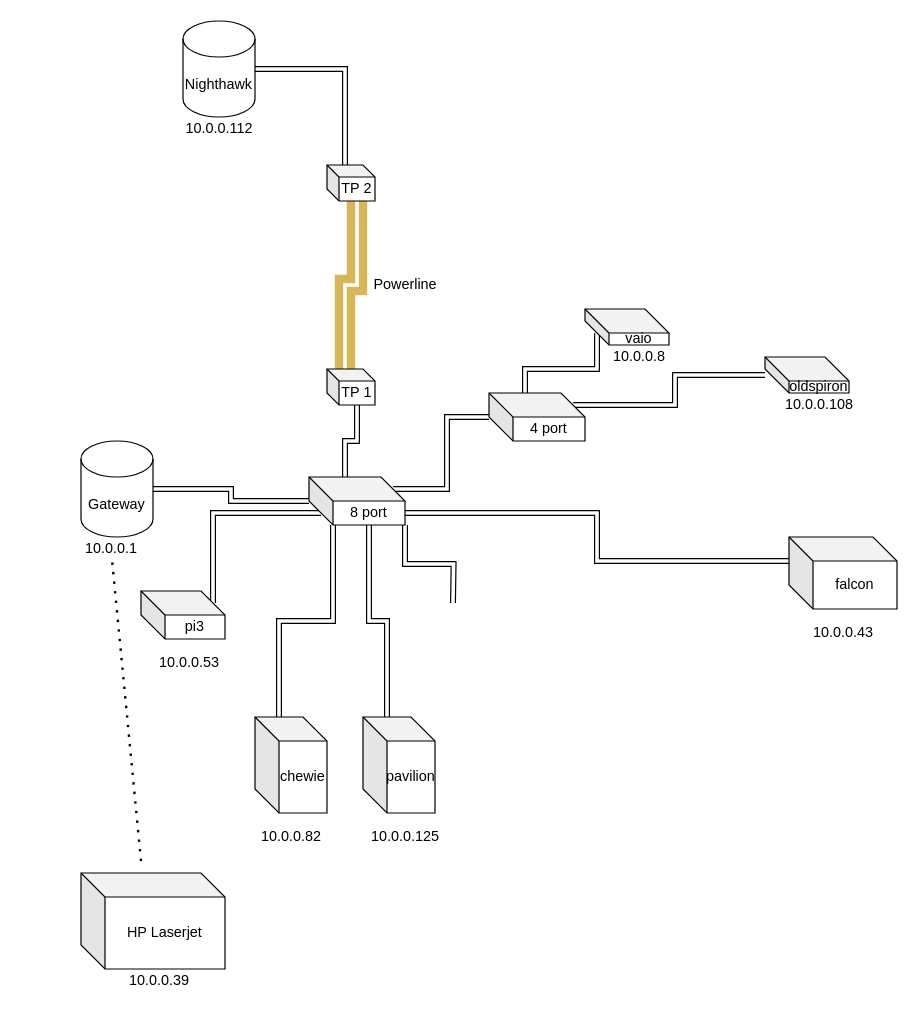
Earlier version of the draw.io diagram Home-Network.drawio (SomethingGeneric/SomethingGeneric). Source tidied: cells renumbered, new cells numbered last; positions are measured from the earlier drawing's top-left corner, leaving out a move shared by most shapes. Both pictures are drawn from the tidied source at 120%, with x=0, y=0 at pixel (74, 20).
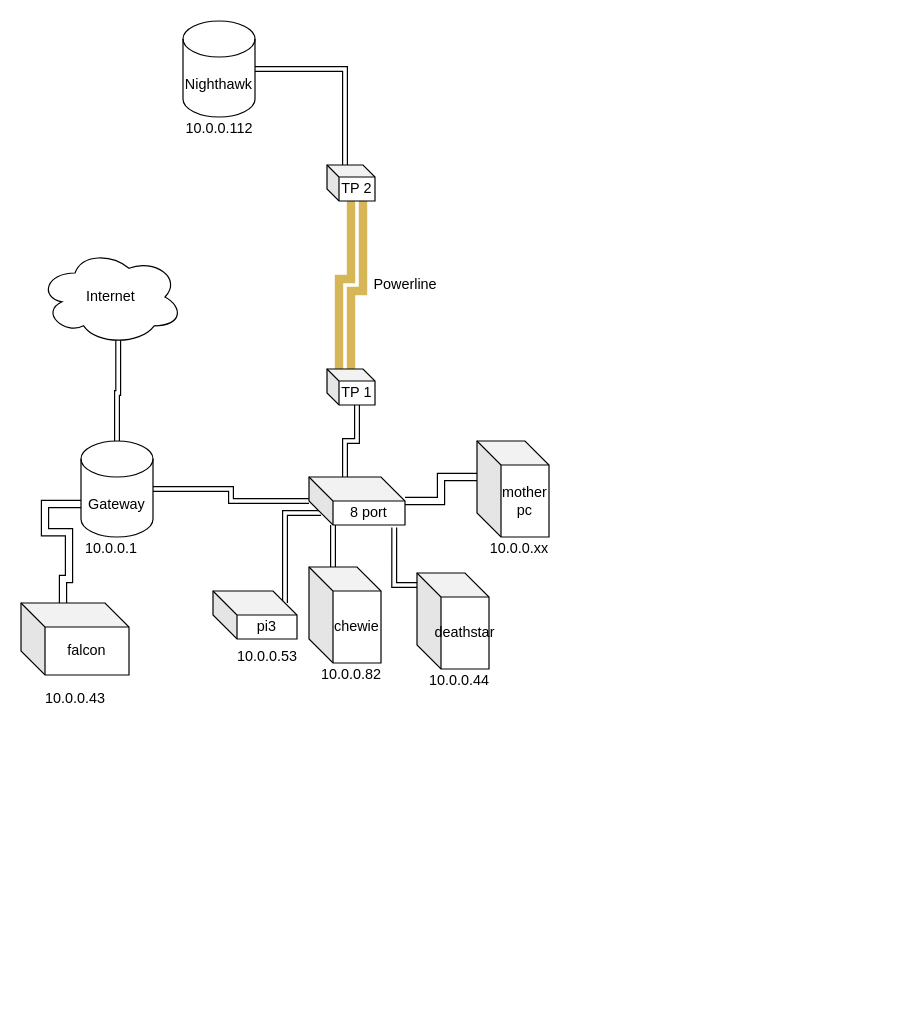
After the change.

Unchanged cells that the change refers to:
```xml
<mxCell id="3" value="Gateway" style="shape=cylinder3;whiteSpace=wrap;html=1;boundedLbl=1;backgroundOutline=1;size=15;" parent="1" vertex="1">
  <mxGeometry x="5" y="350" width="60" height="80" as="geometry" />
</mxCell>
<mxCell id="11" value="8 port" style="shape=cube;whiteSpace=wrap;html=1;boundedLbl=1;backgroundOutline=1;darkOpacity=0.05;darkOpacity2=0.1;" parent="1" vertex="1">
  <mxGeometry x="195" y="380" width="80" height="40" as="geometry" />
</mxCell>
<mxCell id="24" value="10.0.0.1" style="text;html=1;align=center;verticalAlign=middle;points=[];fillColor=none;strokeColor=none;rounded=0;" parent="1" vertex="1">
  <mxGeometry y="430" width="60" height="20" as="geometry" />
</mxCell>
```

The edit, as a diff of the source:
```diff
@@
-    <mxCell id="5" style="edgeStyle=orthogonalEdgeStyle;shape=link;rounded=0;jettySize=auto;html=1;exitX=0;exitY=0;exitDx=80;exitDy=30;exitPerimeter=0;entryX=0;entryY=0;entryDx=0;entryDy=20;entryPerimeter=0;" parent="1" edge="1" source="11" target="12">
-      <mxGeometry relative="1" as="geometry" />
-    </mxCell>
-    <mxCell id="6" style="edgeStyle=orthogonalEdgeStyle;shape=link;rounded=0;jettySize=auto;html=1;exitX=1;exitY=1;exitDx=0;exitDy=0;exitPerimeter=0;entryX=0;entryY=0;entryDx=0;entryDy=10;entryPerimeter=0;" parent="1" edge="1" source="11">
-      <mxGeometry relative="1" as="geometry">
-        <mxPoint x="315" y="485" as="targetPoint" />
-      </mxGeometry>
-    </mxCell>
-    <mxCell id="7" style="edgeStyle=orthogonalEdgeStyle;shape=link;rounded=0;jettySize=auto;html=1;exitX=0;exitY=0;exitDx=50;exitDy=40;exitPerimeter=0;entryX=0;entryY=0;entryDx=20;entryDy=0;entryPerimeter=0;" parent="1" edge="1" source="11" target="20">
-      <mxGeometry relative="1" as="geometry" />
-    </mxCell>
@@
-    <mxCell id="10" style="edgeStyle=orthogonalEdgeStyle;rounded=0;jettySize=auto;html=1;exitX=0;exitY=0;exitDx=70;exitDy=10;exitPerimeter=0;entryX=0;entryY=0;entryDx=0;entryDy=20;entryPerimeter=0;shape=link;" parent="1" edge="1" source="11" target="32">
-      <mxGeometry relative="1" as="geometry" />
-    </mxCell>
@@
     <mxCell id="12" value="falcon&lt;br&gt;" style="shape=cube;whiteSpace=wrap;html=1;boundedLbl=1;backgroundOutline=1;darkOpacity=0.05;darkOpacity2=0.1;" parent="1" vertex="1">
-      <mxGeometry x="595" y="430" width="90" height="60" as="geometry" />
+      <mxGeometry x="-45" y="485" width="90" height="60" as="geometry" />
     </mxCell>
     <mxCell id="13" value="10.0.0.43" style="text;html=1;align=center;verticalAlign=middle;fillColor=none;strokeColor=none;rounded=0;" parent="1" vertex="1">
-      <mxGeometry x="605" y="500" width="70" height="20" as="geometry" />
+      <mxGeometry x="-35" y="555" width="70" height="20" as="geometry" />
     </mxCell>
     <mxCell id="14" value="chewie" style="shape=cube;whiteSpace=wrap;html=1;boundedLbl=1;backgroundOutline=1;darkOpacity=0.05;darkOpacity2=0.1;" parent="1" vertex="1">
-      <mxGeometry x="150" y="580" width="60" height="80" as="geometry" />
+      <mxGeometry x="195" y="455" width="60" height="80" as="geometry" />
     </mxCell>
     <mxCell id="15" value="10.0.0.82" style="text;html=1;align=center;verticalAlign=middle;fillColor=none;strokeColor=none;rounded=0;" parent="1" vertex="1">
-      <mxGeometry x="145" y="670" width="70" height="20" as="geometry" />
+      <mxGeometry x="195" y="535" width="70" height="20" as="geometry" />
     </mxCell>
     <mxCell id="16" value="pi3" style="shape=cube;whiteSpace=wrap;html=1;boundedLbl=1;backgroundOutline=1;darkOpacity=0.05;darkOpacity2=0.1;" parent="1" vertex="1">
-      <mxGeometry x="55" y="475" width="70" height="40" as="geometry" />
+      <mxGeometry x="115" y="475" width="70" height="40" as="geometry" />
     </mxCell>
     <mxCell id="17" value="10.0.0.53" style="text;html=1;align=center;verticalAlign=middle;fillColor=none;strokeColor=none;rounded=0;" parent="1" vertex="1">
-      <mxGeometry x="60" y="525" width="70" height="20" as="geometry" />
+      <mxGeometry x="125" y="520" width="70" height="20" as="geometry" />
     </mxCell>
-    <mxCell id="18" value="oldspiron" style="shape=cube;whiteSpace=wrap;html=1;boundedLbl=1;backgroundOutline=1;darkOpacity=0.05;darkOpacity2=0.1;" parent="1" vertex="1">
-      <mxGeometry x="575" y="280" width="70" height="30" as="geometry" />
-    </mxCell>
-    <mxCell id="19" value="10.0.0.108" style="text;html=1;align=center;verticalAlign=middle;fillColor=none;strokeColor=none;rounded=0;" parent="1" vertex="1">
-      <mxGeometry x="585" y="310" width="70" height="20" as="geometry" />
-    </mxCell>
-    <mxCell id="20" value="pavilion" style="shape=cube;whiteSpace=wrap;html=1;boundedLbl=1;backgroundOutline=1;darkOpacity=0.05;darkOpacity2=0.1;" parent="1" vertex="1">
-      <mxGeometry x="240" y="580" width="60" height="80" as="geometry" />
-    </mxCell>
-    <mxCell id="21" value="10.0.0.125" style="text;html=1;align=center;verticalAlign=middle;fillColor=none;strokeColor=none;rounded=0;" parent="1" vertex="1">
-      <mxGeometry x="240" y="670" width="70" height="20" as="geometry" />
-    </mxCell>
@@
-    <mxCell id="30" style="edgeStyle=orthogonalEdgeStyle;shape=link;rounded=0;jettySize=auto;html=1;exitX=0;exitY=0;exitDx=70;exitDy=10;exitPerimeter=0;" parent="1" edge="1" source="32" target="18">
-      <mxGeometry relative="1" as="geometry" />
-    </mxCell>
-    <mxCell id="31" style="edgeStyle=orthogonalEdgeStyle;shape=link;rounded=0;jettySize=auto;html=1;exitX=0;exitY=0;exitDx=30;exitDy=0;exitPerimeter=0;entryX=0;entryY=0;entryDx=10;entryDy=20;entryPerimeter=0;" parent="1" edge="1" source="32" target="33">
-      <mxGeometry relative="1" as="geometry" />
-    </mxCell>
-    <mxCell id="32" value="4 port" style="shape=cube;whiteSpace=wrap;html=1;boundedLbl=1;backgroundOutline=1;darkOpacity=0.05;darkOpacity2=0.1;" parent="1" vertex="1">
-      <mxGeometry x="345" y="310" width="80" height="40" as="geometry" />
-    </mxCell>
-    <mxCell id="33" value="vaio" style="shape=cube;whiteSpace=wrap;html=1;boundedLbl=1;backgroundOutline=1;darkOpacity=0.05;darkOpacity2=0.1;" parent="1" vertex="1">
-      <mxGeometry x="425" y="240" width="70" height="30" as="geometry" />
-    </mxCell>
-    <mxCell id="34" value="10.0.0.8" style="text;html=1;align=center;verticalAlign=middle;fillColor=none;strokeColor=none;rounded=0;" parent="1" vertex="1">
-      <mxGeometry x="440" y="270" width="60" height="20" as="geometry" />
-    </mxCell>
-    <mxCell id="35" value="HP Laserjet" style="shape=cube;whiteSpace=wrap;html=1;boundedLbl=1;backgroundOutline=1;darkOpacity=0.05;darkOpacity2=0.1;" parent="1" vertex="1">
-      <mxGeometry x="5" y="710" width="120" height="80" as="geometry" />
-    </mxCell>
-    <mxCell id="36" value="&lt;div&gt;10.0.0.39&lt;/div&gt;" style="text;html=1;align=center;verticalAlign=middle;fillColor=none;strokeColor=none;rounded=0;" parent="1" vertex="1">
-      <mxGeometry x="35" y="790" width="70" height="20" as="geometry" />
-    </mxCell>
-    <mxCell id="37" style="endArrow=none;dashed=1;html=1;dashPattern=1 3;strokeWidth=2;rounded=0;" parent="1" edge="1" target="24">
-      <mxGeometry relative="1" as="geometry">
-        <mxPoint x="55" y="700" as="sourcePoint" />
-      </mxGeometry>
-    </mxCell>
+    <mxCell id="38" style="edgeStyle=orthogonalEdgeStyle;shape=link;rounded=0;jettySize=auto;html=1;exitX=0;exitY=0;exitDx=35;exitDy=0;exitPerimeter=0;entryX=0;entryY=0;entryDx=0;entryDy=52.5;entryPerimeter=0;width=-6;" parent="1" edge="1" source="12" target="3">
+      <mxGeometry relative="1" as="geometry">
+        <Array as="points">
+          <mxPoint x="-10" y="465" />
+          <mxPoint x="-5" y="465" />
+          <mxPoint x="-5" y="426" />
+          <mxPoint x="-25" y="426" />
+          <mxPoint x="-25" y="403" />
+        </Array>
+      </mxGeometry>
+    </mxCell>
+    <mxCell id="39" value="deathstar" style="shape=cube;whiteSpace=wrap;html=1;boundedLbl=1;backgroundOutline=1;darkOpacity=0.05;darkOpacity2=0.1;" parent="1" vertex="1">
+      <mxGeometry x="285" y="460" width="60" height="80" as="geometry" />
+    </mxCell>
+    <mxCell id="40" value="10.0.0.44" style="text;html=1;align=center;verticalAlign=middle;fillColor=none;strokeColor=none;rounded=0;" parent="1" vertex="1">
+      <mxGeometry x="285" y="540" width="70" height="20" as="geometry" />
+    </mxCell>
+    <mxCell id="41" style="edgeStyle=orthogonalEdgeStyle;shape=link;rounded=0;jettySize=auto;html=1;exitX=0.888;exitY=1.05;exitDx=0;exitDy=0;exitPerimeter=0;width=-4;" parent="1" edge="1" source="11" target="39">
+      <mxGeometry relative="1" as="geometry">
+        <Array as="points">
+          <mxPoint x="266" y="470" />
+        </Array>
+      </mxGeometry>
+    </mxCell>
+    <mxCell id="42" value="Internet" style="ellipse;shape=cloud;whiteSpace=wrap;html=1;" parent="1" vertex="1">
+      <mxGeometry x="-30" y="190" width="120" height="80" as="geometry" />
+    </mxCell>
+    <mxCell id="43" style="edgeStyle=orthogonalEdgeStyle;shape=link;rounded=0;jettySize=auto;html=1;exitX=0.55;exitY=0.95;exitDx=0;exitDy=0;exitPerimeter=0;entryX=0.5;entryY=0;entryDx=0;entryDy=0;entryPerimeter=0;" parent="1" edge="1" source="42" target="3">
+      <mxGeometry relative="1" as="geometry" />
+    </mxCell>
+    <mxCell id="44" value="mother pc" style="shape=cube;whiteSpace=wrap;html=1;boundedLbl=1;backgroundOutline=1;darkOpacity=0.05;darkOpacity2=0.1;" parent="1" vertex="1">
+      <mxGeometry x="335" y="350" width="60" height="80" as="geometry" />
+    </mxCell>
+    <mxCell id="45" value="10.0.0.xx" style="text;html=1;align=center;verticalAlign=middle;fillColor=none;strokeColor=none;rounded=0;" parent="1" vertex="1">
+      <mxGeometry x="340" y="430" width="60" height="20" as="geometry" />
+    </mxCell>
+    <mxCell id="46" style="edgeStyle=orthogonalEdgeStyle;shape=link;rounded=0;jettySize=auto;html=1;exitX=0;exitY=0;exitDx=80;exitDy=20;exitPerimeter=0;entryX=0;entryY=0;entryDx=0;entryDy=30;entryPerimeter=0;width=6;" parent="1" edge="1" source="11" target="44">
+      <mxGeometry relative="1" as="geometry" />
+    </mxCell>
```
